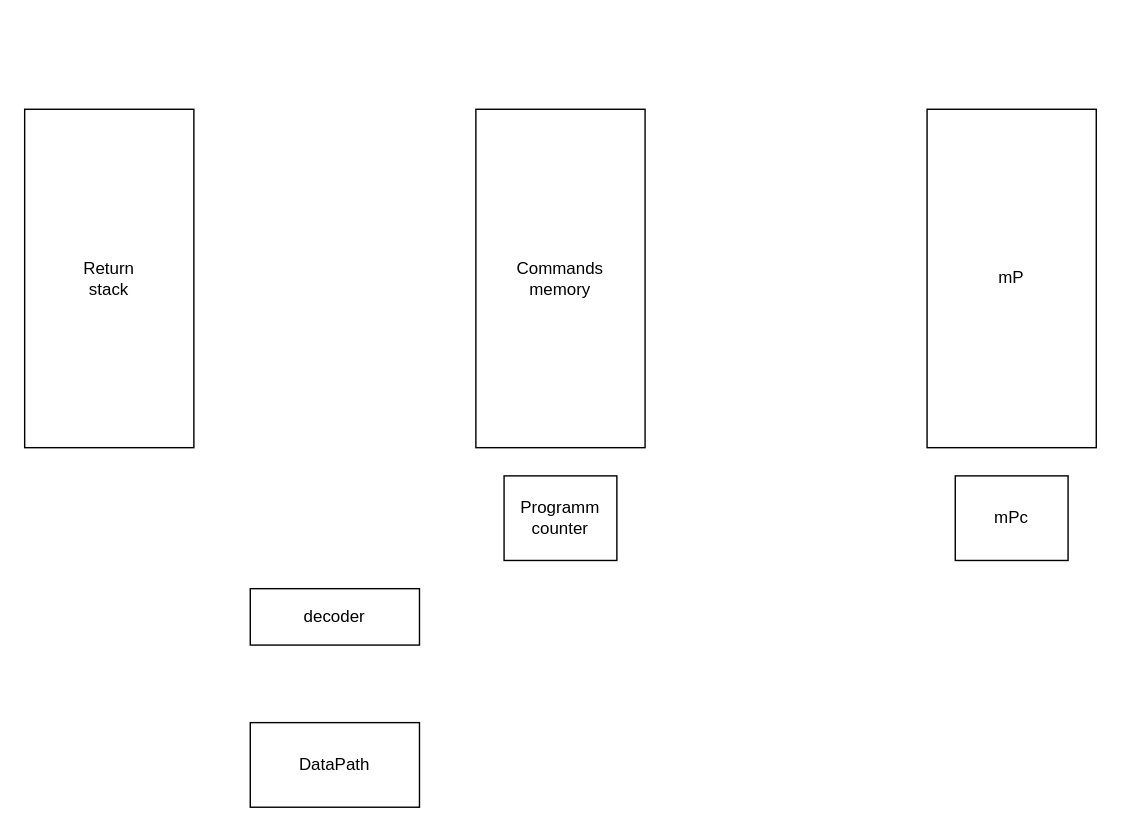
DiedCloud/csa-lab-3 keeps this draw.io diagram as schemes/control-unit.drawio. Above is the earlier version. Source tidied: cells renumbered, new cells numbered last; positions are measured from the earlier drawing's top-left corner, leaving out a move shared by most shapes. Both pictures are drawn from the tidied source at 141%, with x=0, y=0 at pixel (24, 109).
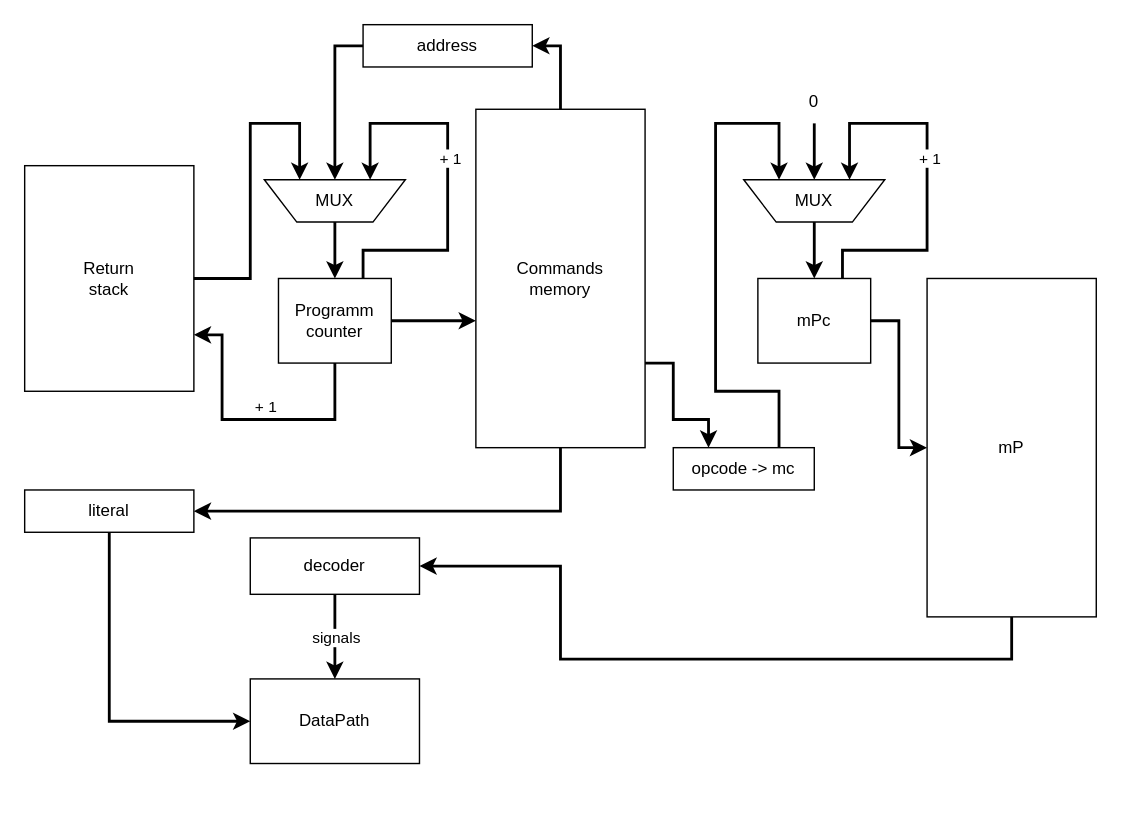
Above is the later version.

Commit message (it also covers changes not shown here):
control unit scheme

The change refers to these unchanged cells:
```xml
<mxCell id="4" value="Commands&lt;div&gt;&lt;span style=&quot;background-color: initial;&quot;&gt;memory&lt;/span&gt;&lt;br&gt;&lt;/div&gt;" style="rounded=0;whiteSpace=wrap;html=1;" parent="1" vertex="1">
  <mxGeometry x="320" width="120" height="240" as="geometry" />
</mxCell>
```

Change to the diagram source:
```diff
@@
     <mxCell id="2" value="DataPath" style="rounded=0;whiteSpace=wrap;html=1;" parent="1" vertex="1">
-      <mxGeometry x="160" y="435" width="120" height="60" as="geometry" />
+      <mxGeometry x="160" y="404" width="120" height="60" as="geometry" />
     </mxCell>
     <mxCell id="3" value="Return&lt;div&gt;stack&lt;/div&gt;" style="rounded=0;whiteSpace=wrap;html=1;" parent="1" vertex="1">
-      <mxGeometry width="120" height="240" as="geometry" />
+      <mxGeometry y="40" width="120" height="160" as="geometry" />
     </mxCell>
@@
     <mxCell id="5" value="mP" style="rounded=0;whiteSpace=wrap;html=1;" parent="1" vertex="1">
-      <mxGeometry x="640" width="120" height="240" as="geometry" />
+      <mxGeometry x="640" y="120" width="120" height="240" as="geometry" />
     </mxCell>
     <mxCell id="6" value="mPc" style="rounded=0;whiteSpace=wrap;html=1;" parent="1" vertex="1">
-      <mxGeometry x="660" y="260" width="80" height="60" as="geometry" />
+      <mxGeometry x="520" y="120" width="80" height="60" as="geometry" />
     </mxCell>
     <mxCell id="7" value="decoder" style="rounded=0;whiteSpace=wrap;html=1;" parent="1" vertex="1">
-      <mxGeometry x="160" y="340" width="120" height="40" as="geometry" />
+      <mxGeometry x="160" y="304" width="120" height="40" as="geometry" />
     </mxCell>
     <mxCell id="8" value="Programm&lt;div&gt;counter&lt;/div&gt;" style="rounded=0;whiteSpace=wrap;html=1;" parent="1" vertex="1">
-      <mxGeometry x="340" y="260" width="80" height="60" as="geometry" />
+      <mxGeometry x="180" y="120" width="80" height="60" as="geometry" />
     </mxCell>
+    <mxCell id="9" style="endArrow=classic;html=1;rounded=0;exitX=1;exitY=0.5;exitDx=0;exitDy=0;entryX=0;entryY=0.5;entryDx=0;entryDy=0;strokeWidth=2;" parent="1" edge="1" source="6" target="5">
+      <mxGeometry relative="1" as="geometry">
+        <Array as="points">
+          <mxPoint x="620" y="150" />
+          <mxPoint x="620" y="240" />
+        </Array>
+      </mxGeometry>
+    </mxCell>
+    <mxCell id="10" value="MUX" style="verticalLabelPosition=middle;verticalAlign=middle;html=1;shape=trapezoid;perimeter=trapezoidPerimeter;whiteSpace=wrap;size=0.23;arcSize=10;flipV=1;labelPosition=center;align=center;rotation=0;" parent="1" vertex="1">
+      <mxGeometry x="510" y="50" width="100" height="30" as="geometry" />
+    </mxCell>
+    <mxCell id="11" style="endArrow=classic;html=1;rounded=0;exitX=0.5;exitY=1;exitDx=0;exitDy=0;entryX=0.5;entryY=0;entryDx=0;entryDy=0;strokeWidth=2;" parent="1" edge="1" source="10" target="6">
+      <mxGeometry relative="1" as="geometry" />
+    </mxCell>
+    <mxCell id="12" style="endArrow=classic;html=1;rounded=0;exitX=0.5;exitY=1;exitDx=0;exitDy=0;entryX=1;entryY=0.5;entryDx=0;entryDy=0;strokeWidth=2;" parent="1" edge="1" source="5" target="7">
+      <mxGeometry relative="1" as="geometry">
+        <Array as="points">
+          <mxPoint x="700" y="390" />
+          <mxPoint x="380" y="390" />
+          <mxPoint x="380" y="324" />
+        </Array>
+      </mxGeometry>
+    </mxCell>
+    <mxCell id="13" style="endArrow=classic;html=1;rounded=0;exitX=0.5;exitY=1;exitDx=0;exitDy=0;entryX=0.5;entryY=0;entryDx=0;entryDy=0;strokeWidth=2;" parent="1" edge="1" source="7" target="2">
+      <mxGeometry relative="1" as="geometry" />
+    </mxCell>
+    <mxCell id="14" value="signals" style="edgeLabel;html=1;align=center;verticalAlign=middle;" parent="13" vertex="1">
+      <mxGeometry relative="1" as="geometry" />
+    </mxCell>
+    <mxCell id="15" style="endArrow=classic;html=1;rounded=0;exitX=0.75;exitY=0;exitDx=0;exitDy=0;entryX=0.75;entryY=0;entryDx=0;entryDy=0;strokeWidth=2;" parent="1" edge="1" source="6" target="10">
+      <mxGeometry relative="1" as="geometry">
+        <Array as="points">
+          <mxPoint x="580" y="100" />
+          <mxPoint x="640" y="100" />
+          <mxPoint x="640" y="10" />
+          <mxPoint x="585" y="10" />
+        </Array>
+      </mxGeometry>
+    </mxCell>
+    <mxCell id="16" value="+ 1" style="edgeLabel;html=1;align=center;verticalAlign=middle;" parent="15" vertex="1">
+      <mxGeometry x="0.1" y="-1" relative="1" as="geometry" />
+    </mxCell>
+    <mxCell id="17" style="endArrow=classic;html=1;rounded=0;entryX=0.5;entryY=0;entryDx=0;entryDy=0;exitX=0.5;exitY=1;exitDx=0;exitDy=0;strokeWidth=2;" parent="1" edge="1" source="18" target="10">
+      <mxGeometry relative="1" as="geometry" />
+    </mxCell>
+    <mxCell id="18" value="0" style="text;html=1;strokeColor=none;fillColor=none;align=center;verticalAlign=middle;whiteSpace=wrap;rounded=0;strokeWidth=2;" parent="1" vertex="1">
+      <mxGeometry x="550" y="-20" width="20" height="30" as="geometry" />
+    </mxCell>
+    <mxCell id="19" value="opcode -&amp;gt; mc" style="rounded=0;whiteSpace=wrap;html=1;" parent="1" vertex="1">
+      <mxGeometry x="460" y="240" width="100" height="30" as="geometry" />
+    </mxCell>
+    <mxCell id="20" style="endArrow=classic;html=1;rounded=0;exitX=1;exitY=0.75;exitDx=0;exitDy=0;entryX=0.25;entryY=0;entryDx=0;entryDy=0;strokeWidth=2;" parent="1" edge="1" source="4" target="19">
+      <mxGeometry relative="1" as="geometry">
+        <Array as="points">
+          <mxPoint x="460" y="180" />
+          <mxPoint x="460" y="220" />
+          <mxPoint x="485" y="220" />
+        </Array>
+      </mxGeometry>
+    </mxCell>
+    <mxCell id="21" style="endArrow=classic;html=1;rounded=0;exitX=0.75;exitY=0;exitDx=0;exitDy=0;entryX=0.25;entryY=0;entryDx=0;entryDy=0;strokeWidth=2;" parent="1" edge="1" source="19" target="10">
+      <mxGeometry relative="1" as="geometry">
+        <Array as="points">
+          <mxPoint x="535" y="200" />
+          <mxPoint x="490" y="200" />
+          <mxPoint x="490" y="10" />
+          <mxPoint x="535" y="10" />
+        </Array>
+      </mxGeometry>
+    </mxCell>
+    <mxCell id="22" style="endArrow=classic;html=1;rounded=0;exitX=1;exitY=0.5;exitDx=0;exitDy=0;entryX=0.25;entryY=0;entryDx=0;entryDy=0;strokeWidth=2;" parent="1" edge="1" source="3" target="26">
+      <mxGeometry relative="1" as="geometry">
+        <Array as="points">
+          <mxPoint x="160" y="120" />
+          <mxPoint x="160" y="10" />
+          <mxPoint x="195" y="10" />
+        </Array>
+      </mxGeometry>
+    </mxCell>
+    <mxCell id="23" style="endArrow=classic;html=1;rounded=0;entryX=1;entryY=0.75;entryDx=0;entryDy=0;exitX=0.5;exitY=1;exitDx=0;exitDy=0;strokeWidth=2;" parent="1" edge="1" source="8" target="3">
+      <mxGeometry relative="1" as="geometry">
+        <Array as="points">
+          <mxPoint x="220" y="220" />
+          <mxPoint x="140" y="220" />
+          <mxPoint x="140" y="160" />
+        </Array>
+      </mxGeometry>
+    </mxCell>
+    <mxCell id="24" value="+ 1" style="edgeLabel;html=1;align=center;verticalAlign=middle;" parent="23" vertex="1">
+      <mxGeometry x="0.04" y="1" relative="1" as="geometry">
+        <mxPoint x="14" y="-11" as="offset" />
+      </mxGeometry>
+    </mxCell>
+    <mxCell id="25" style="endArrow=classic;html=1;rounded=0;exitX=1;exitY=0.5;exitDx=0;exitDy=0;strokeWidth=2;" parent="1" edge="1" source="8">
+      <mxGeometry relative="1" as="geometry">
+        <mxPoint x="320" y="150" as="targetPoint" />
+      </mxGeometry>
+    </mxCell>
+    <mxCell id="26" value="MUX" style="verticalLabelPosition=middle;verticalAlign=middle;html=1;shape=trapezoid;perimeter=trapezoidPerimeter;whiteSpace=wrap;size=0.23;arcSize=10;flipV=1;labelPosition=center;align=center;rotation=0;" parent="1" vertex="1">
+      <mxGeometry x="170" y="50" width="100" height="30" as="geometry" />
+    </mxCell>
+    <mxCell id="27" style="endArrow=classic;html=1;rounded=0;exitX=0.75;exitY=0;exitDx=0;exitDy=0;entryX=0.75;entryY=0;entryDx=0;entryDy=0;strokeWidth=2;" parent="1" edge="1" source="8" target="26">
+      <mxGeometry relative="1" as="geometry">
+        <Array as="points">
+          <mxPoint x="240" y="100" />
+          <mxPoint x="300" y="100" />
+          <mxPoint x="300" y="10" />
+          <mxPoint x="245" y="10" />
+        </Array>
+      </mxGeometry>
+    </mxCell>
+    <mxCell id="28" value="+ 1" style="edgeLabel;html=1;align=center;verticalAlign=middle;" parent="27" vertex="1">
+      <mxGeometry x="0.1" y="-1" relative="1" as="geometry" />
+    </mxCell>
+    <mxCell id="29" style="endArrow=classic;html=1;rounded=0;exitX=0.5;exitY=1;exitDx=0;exitDy=0;entryX=0.5;entryY=0;entryDx=0;entryDy=0;strokeWidth=2;" parent="1" edge="1" source="26" target="8">
+      <mxGeometry relative="1" as="geometry" />
+    </mxCell>
+    <mxCell id="30" value="address" style="rounded=0;whiteSpace=wrap;html=1;" parent="1" vertex="1">
+      <mxGeometry x="240" y="-60" width="120" height="30" as="geometry" />
+    </mxCell>
+    <mxCell id="31" style="endArrow=classic;html=1;rounded=0;entryX=1;entryY=0.5;entryDx=0;entryDy=0;exitX=0.5;exitY=0;exitDx=0;exitDy=0;strokeWidth=2;" parent="1" edge="1" source="4" target="30">
+      <mxGeometry relative="1" as="geometry">
+        <Array as="points">
+          <mxPoint x="380" y="-45" />
+        </Array>
+      </mxGeometry>
+    </mxCell>
+    <mxCell id="32" style="endArrow=classic;html=1;rounded=0;exitX=0;exitY=0.5;exitDx=0;exitDy=0;entryX=0.5;entryY=0;entryDx=0;entryDy=0;strokeWidth=2;" parent="1" edge="1" source="30" target="26">
+      <mxGeometry relative="1" as="geometry">
+        <Array as="points">
+          <mxPoint x="220" y="-45" />
+        </Array>
+      </mxGeometry>
+    </mxCell>
+    <mxCell id="33" style="endArrow=classic;html=1;rounded=0;exitX=0.5;exitY=1;exitDx=0;exitDy=0;entryX=1;entryY=0.5;entryDx=0;entryDy=0;strokeWidth=2;" parent="1" edge="1" source="4" target="34">
+      <mxGeometry relative="1" as="geometry">
+        <Array as="points">
+          <mxPoint x="380" y="285" />
+        </Array>
+      </mxGeometry>
+    </mxCell>
+    <mxCell id="34" value="literal" style="rounded=0;whiteSpace=wrap;html=1;" parent="1" vertex="1">
+      <mxGeometry y="270" width="120" height="30" as="geometry" />
+    </mxCell>
+    <mxCell id="35" style="endArrow=classic;html=1;rounded=0;exitX=0.5;exitY=1;exitDx=0;exitDy=0;entryX=0;entryY=0.5;entryDx=0;entryDy=0;strokeWidth=2;" parent="1" edge="1" source="34" target="2">
+      <mxGeometry relative="1" as="geometry">
+        <Array as="points">
+          <mxPoint x="60" y="434" />
+        </Array>
+      </mxGeometry>
+    </mxCell>
```
